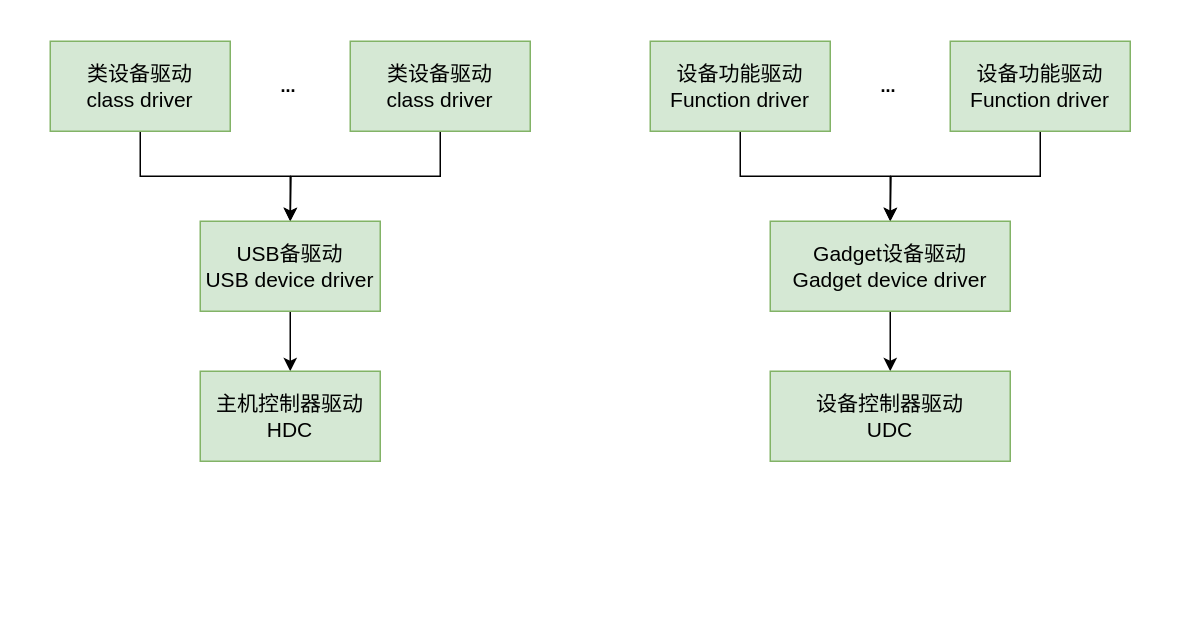
Earlier version of the draw.io diagram USB 子系统 1.drawio (Vinson-001/Blog-flow-chart). Source tidied: cells renumbered, new cells numbered last; positions are measured from the earlier drawing's top-left corner, leaving out a move shared by most shapes. Both pictures are drawn from the tidied source at 150%, with x=0, y=0 at pixel (50, 40).
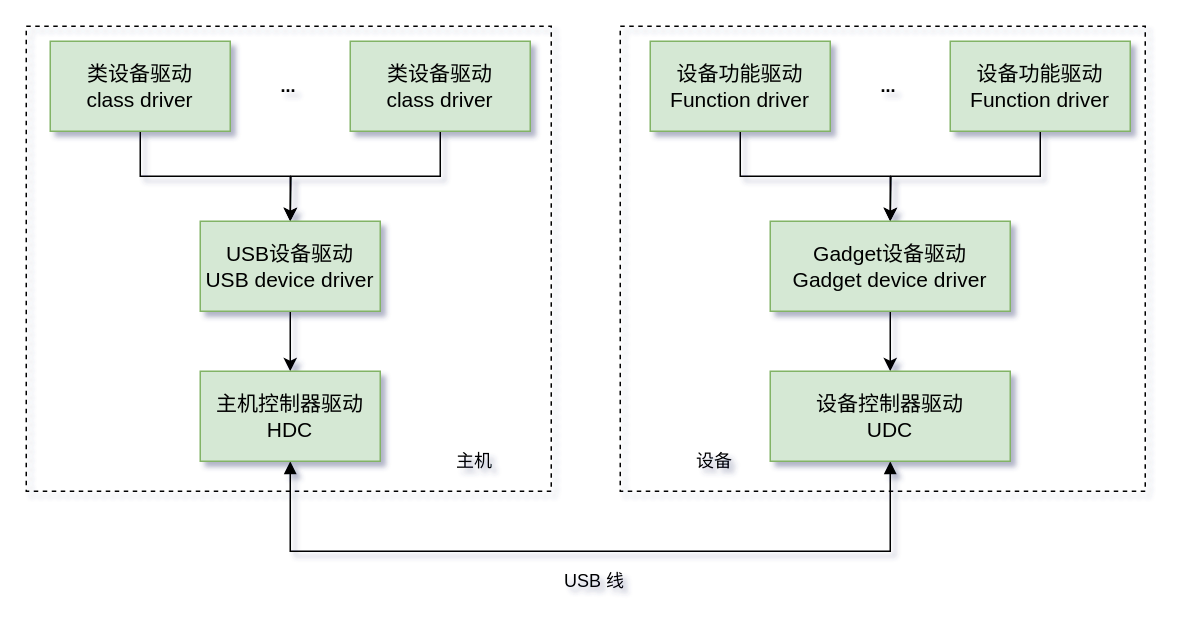
After the change.

Commit message:
更新USB 子系统 1.drawio

Unchanged cells that the change refers to:
```xml
<mxCell id="8" value="&lt;font style=&quot;font-size: 14px&quot;&gt;主机控制器驱动&lt;br&gt;HDC&lt;br&gt;&lt;/font&gt;" style="rounded=0;whiteSpace=wrap;html=1;fillColor=#d5e8d4;strokeColor=#82b366;" parent="1" vertex="1">
  <mxGeometry x="100" y="220" width="120" height="60" as="geometry" />
</mxCell>
<mxCell id="16" value="&lt;font style=&quot;font-size: 14px&quot;&gt;设备控制器驱动&lt;br&gt;UDC&lt;br&gt;&lt;/font&gt;" style="rounded=0;whiteSpace=wrap;html=1;fillColor=#d5e8d4;strokeColor=#82b366;" parent="1" vertex="1">
  <mxGeometry x="480" y="220" width="160" height="60" as="geometry" />
</mxCell>
```

The edit, as a diff of the source:
```diff
@@
-<mxGraphModel>
+<mxGraphModel shadow="1">
@@
-    <mxCell id="7" value="&lt;font style=&quot;font-size: 14px&quot;&gt;USB备驱动&lt;br&gt;USB device driver&lt;br&gt;&lt;/font&gt;" style="rounded=0;whiteSpace=wrap;html=1;fillColor=#d5e8d4;strokeColor=#82b366;" parent="1" vertex="1">
+    <mxCell id="7" value="&lt;font style=&quot;font-size: 14px&quot;&gt;USB设备驱动&lt;br&gt;USB device driver&lt;br&gt;&lt;/font&gt;" style="rounded=0;whiteSpace=wrap;html=1;fillColor=#d5e8d4;strokeColor=#82b366;" parent="1" vertex="1">
       <mxGeometry x="100" y="120" width="120" height="60" as="geometry" />
     </mxCell>
+    <mxCell id="18" style="edgeStyle=orthogonalEdgeStyle;rounded=0;jettySize=auto;html=1;exitX=0.5;exitY=1;exitDx=0;exitDy=0;entryX=0.5;entryY=1;entryDx=0;entryDy=0;endArrow=block;endFill=1;startArrow=block;startFill=1;" parent="1" edge="1" source="8" target="16">
+      <mxGeometry relative="1" as="geometry">
+        <Array as="points">
+          <mxPoint x="160" y="340" />
+          <mxPoint x="560" y="340" />
+        </Array>
+      </mxGeometry>
+    </mxCell>
@@
+    <mxCell id="19" value="USB 线" style="text;html=1;strokeColor=none;fillColor=none;align=center;verticalAlign=middle;whiteSpace=wrap;rounded=0;" parent="1" vertex="1">
+      <mxGeometry x="340" y="350" width="46" height="20" as="geometry" />
+    </mxCell>
+    <mxCell id="20" style="rounded=0;whiteSpace=wrap;html=1;fillColor=none;dashed=1;" parent="1" vertex="1">
+      <mxGeometry x="-16" y="-10" width="350" height="310" as="geometry" />
+    </mxCell>
+    <mxCell id="21" style="rounded=0;whiteSpace=wrap;html=1;fillColor=none;dashed=1;" parent="1" vertex="1">
+      <mxGeometry x="380" y="-10" width="350" height="310" as="geometry" />
+    </mxCell>
+    <mxCell id="22" value="主机" style="text;html=1;strokeColor=none;fillColor=none;align=center;verticalAlign=middle;whiteSpace=wrap;rounded=0;" parent="1" vertex="1">
+      <mxGeometry x="260" y="270" width="46" height="20" as="geometry" />
+    </mxCell>
+    <mxCell id="23" value="设备" style="text;html=1;strokeColor=none;fillColor=none;align=center;verticalAlign=middle;whiteSpace=wrap;rounded=0;" parent="1" vertex="1">
+      <mxGeometry x="420" y="270" width="46" height="20" as="geometry" />
+    </mxCell>
```
